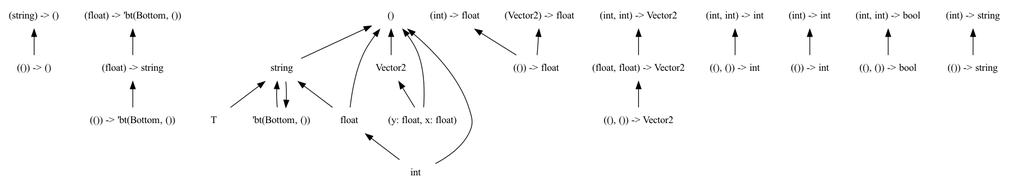
Earlier version of the Graphviz export dots/png/0.dot.png (chocobo333/regino). Its source is kept beside it as dots/0.dot.
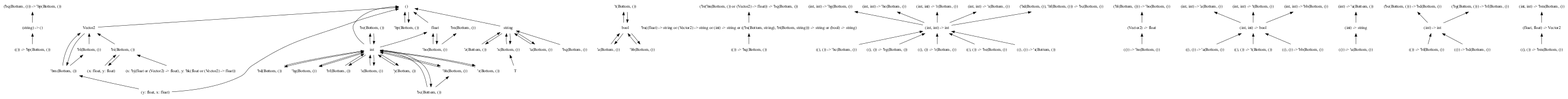
After the commit.

Change to the diagram source:
```diff
@@ -10,11 +10,14 @@
     ];
   "(string) -> ()"
   "(()) -> ()"
-  "(float) -> 'bt(Bottom, ())"
   "string"
   "Vector2"
+  "(()) -> 'bw(Bottom, ())"
+  "'bu()"
   "(()) -> float"
   "T"
+  "('br(float or (Vector2) -> float)) -> string"
+  "(int) -> 'bw(Bottom, ())"
   "((), ()) -> Vector2"
   "(int, int) -> Vector2"
   "((), ()) -> int"
@@ -23,12 +26,10 @@
   "()"
   "(int, int) -> bool"
   "(float, float) -> Vector2"
-  "(()) -> 'bt(Bottom, ())"
-  "(float) -> string"
   "(()) -> string"
+  "'bw(Bottom, ())"
   "(int) -> float"
   "(Vector2) -> float"
-  "'bt(Bottom, ())"
   "(y: float, x: float)"
   "(int) -> string"
   "float"
@@ -36,11 +37,11 @@
   "int"
   "((), ()) -> bool"
   "(string) -> ()" -> "(()) -> ()"
-  "(float) -> 'bt(Bottom, ())" -> "(float) -> string"
   "string" -> "T"
-  "string" -> "'bt(Bottom, ())"
-  "string" -> "float"
   "Vector2" -> "(y: float, x: float)"
+  "'bu()" -> "(()) -> string"
+  "('br(float or (Vector2) -> float)) -> string" -> "'bu()"
+  "(int) -> 'bw(Bottom, ())" -> "(int) -> float"
   "(int, int) -> Vector2" -> "(float, float) -> Vector2"
   "(int) -> int" -> "(()) -> int"
   "(int, int) -> int" -> "((), ()) -> int"
@@ -51,10 +52,11 @@
   "()" -> "int"
   "(int, int) -> bool" -> "((), ()) -> bool"
   "(float, float) -> Vector2" -> "((), ()) -> Vector2"
-  "(float) -> string" -> "(()) -> 'bt(Bottom, ())"
+  "(int) -> float" -> "(()) -> 'bw(Bottom, ())"
   "(int) -> float" -> "(()) -> float"
   "(Vector2) -> float" -> "(()) -> float"
-  "'bt(Bottom, ())" -> "string"
+  "'bw(Bottom, ())" -> "float"
   "(int) -> string" -> "(()) -> string"
+  "float" -> "'bw(Bottom, ())"
   "float" -> "int"
 }
```
